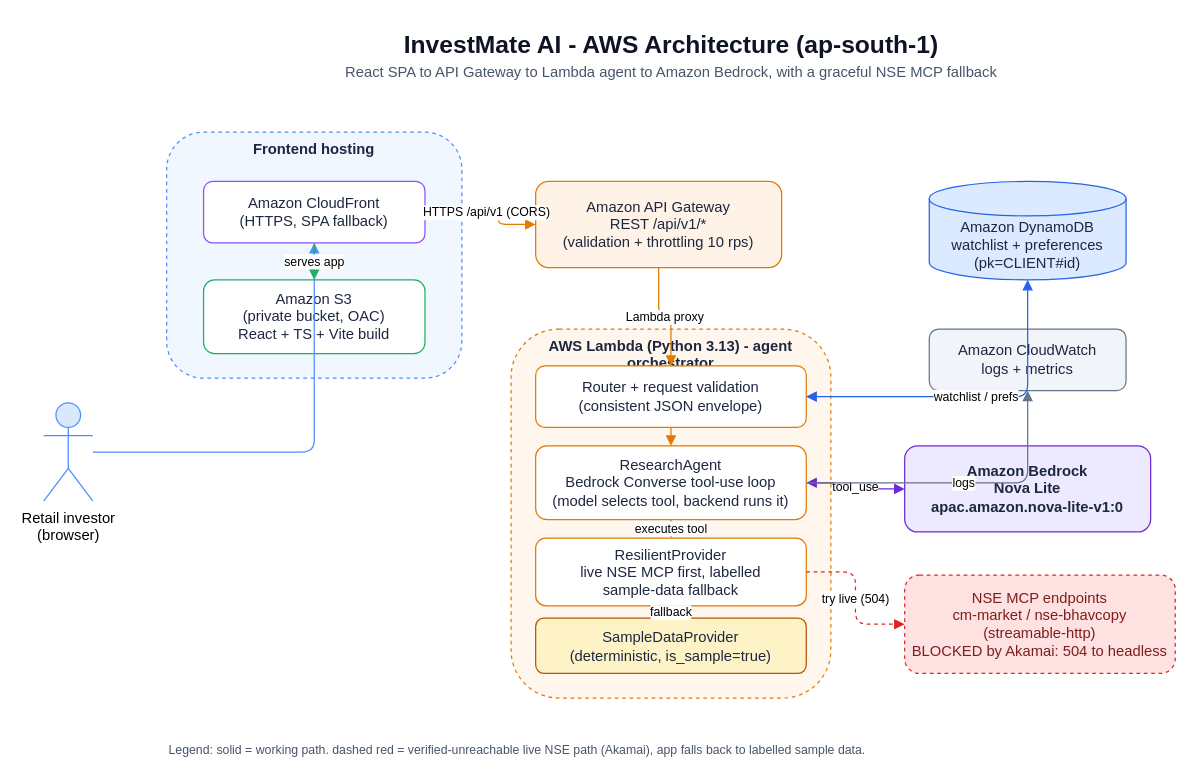
dineshrajdhanapathyDD/InvestMate-AI keeps this draw.io diagram as docs/architecture.drawio. Above is the earlier version. Source tidied: cells renumbered, new cells numbered last; positions are measured from the earlier drawing's top-left corner, leaving out a move shared by most shapes. Both pictures are drawn from the tidied source at 123%, with x=0, y=0 at pixel (43, 21).
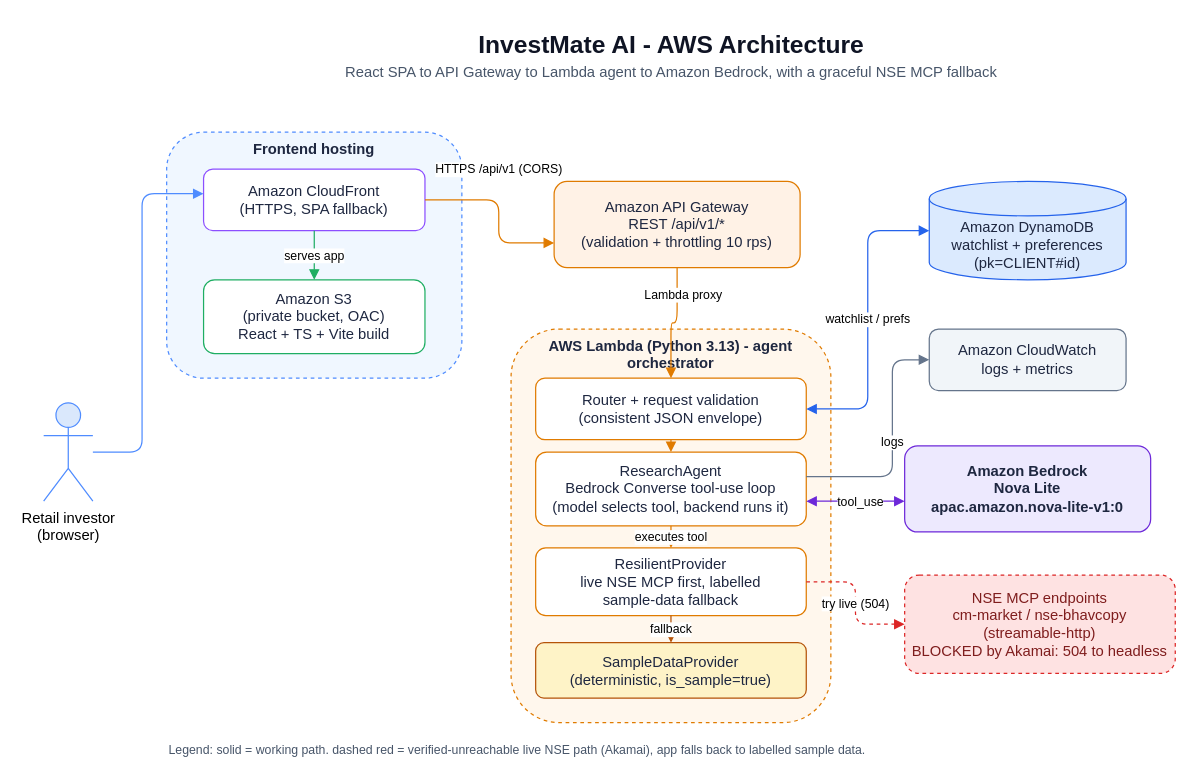
After the change.

The change refers to these unchanged cells:
```xml
<mxCell id="4" value="Retail investor&#10;(browser)" style="shape=umlActor;verticalLabelPosition=bottom;verticalAlign=top;html=1;outlineConnect=0;fillColor=#dae8fc;strokeColor=#4f8cff;" parent="1" vertex="1">
  <mxGeometry y="310" width="40" height="80" as="geometry" />
</mxCell>
<mxCell id="14" value="Amazon Bedrock&#10;Nova Lite&#10;apac.amazon.nova-lite-v1:0" style="rounded=1;whiteSpace=wrap;html=1;fillColor=#ede9fe;strokeColor=#6d28d9;fontColor=#1e2740;fontStyle=1;" parent="1" vertex="1">
  <mxGeometry x="700" y="345" width="200" height="70" as="geometry" />
</mxCell>
<mxCell id="15" value="Amazon DynamoDB&#10;watchlist + preferences&#10;(pk=CLIENT#id)" style="shape=cylinder3;whiteSpace=wrap;html=1;boundedLbl=1;backgroundOutline=1;size=14;fillColor=#dbeafe;strokeColor=#2563eb;fontColor=#1e2740;" parent="1" vertex="1">
  <mxGeometry x="720" y="130" width="160" height="80" as="geometry" />
</mxCell>
<mxCell id="17" value="Amazon CloudWatch&#10;logs + metrics" style="rounded=1;whiteSpace=wrap;html=1;fillColor=#f1f5f9;strokeColor=#64748b;fontColor=#1e2740;" parent="1" vertex="1">
  <mxGeometry x="720" y="250" width="160" height="50" as="geometry" />
</mxCell>
```

Change to the diagram source:
```diff
@@
-    <mxCell id="2" value="InvestMate AI - AWS Architecture (ap-south-1)" style="text;html=1;align=center;fontSize=20;fontStyle=1;fontColor=#0f1424;" parent="1" vertex="1">
-      <mxGeometry x="260" width="500" height="30" as="geometry" />
-    </mxCell>
+    <mxCell id="30" value="InvestMate AI - AWS Architecture" style="text;html=1;align=center;fontSize=20;fontStyle=1;fontColor=#0f1424;" parent="1" vertex="1">
+      <mxGeometry x="260" width="500" height="30" as="geometry" />
+    </mxCell>
@@
     <mxCell id="6" value="Amazon CloudFront&#10;(HTTPS, SPA fallback)" style="rounded=1;whiteSpace=wrap;html=1;fillColor=#ffffff;strokeColor=#8c4fff;fontColor=#1e2740;" parent="1" vertex="1">
-      <mxGeometry x="130" y="130" width="180" height="50" as="geometry" />
+      <mxGeometry x="130" y="120" width="180" height="50" as="geometry" />
     </mxCell>
@@
     <mxCell id="8" value="Amazon API Gateway&#10;REST /api/v1/*&#10;(validation + throttling 10 rps)" style="rounded=1;whiteSpace=wrap;html=1;fillColor=#fff2e6;strokeColor=#e07b00;fontColor=#1e2740;" parent="1" vertex="1">
-      <mxGeometry x="400" y="130" width="200" height="70" as="geometry" />
+      <mxGeometry x="415" y="130" width="200" height="70" as="geometry" />
     </mxCell>
     <mxCell id="9" value="AWS Lambda (Python 3.13) - agent orchestrator" style="rounded=1;whiteSpace=wrap;html=1;fillColor=#fff7ed;strokeColor=#e07b00;dashed=1;verticalAlign=top;fontColor=#1e2740;fontStyle=1;" parent="1" vertex="1">
-      <mxGeometry x="380" y="250" width="260" height="300" as="geometry" />
+      <mxGeometry x="380" y="250" width="260" height="320" as="geometry" />
     </mxCell>
     <mxCell id="10" value="Router + request validation&#10;(consistent JSON envelope)" style="rounded=1;whiteSpace=wrap;html=1;fillColor=#ffffff;strokeColor=#e07b00;fontColor=#1e2740;" parent="1" vertex="1">
-      <mxGeometry x="400" y="280" width="220" height="50" as="geometry" />
+      <mxGeometry x="400" y="290" width="220" height="50" as="geometry" />
     </mxCell>
     <mxCell id="11" value="ResearchAgent&#10;Bedrock Converse tool-use loop&#10;(model selects tool, backend runs it)" style="rounded=1;whiteSpace=wrap;html=1;fillColor=#ffffff;strokeColor=#e07b00;fontColor=#1e2740;" parent="1" vertex="1">
-      <mxGeometry x="400" y="345" width="220" height="60" as="geometry" />
+      <mxGeometry x="400" y="350" width="220" height="60" as="geometry" />
     </mxCell>
     <mxCell id="12" value="ResilientProvider&#10;live NSE MCP first, labelled&#10;sample-data fallback" style="rounded=1;whiteSpace=wrap;html=1;fillColor=#ffffff;strokeColor=#e07b00;fontColor=#1e2740;" parent="1" vertex="1">
-      <mxGeometry x="400" y="420" width="220" height="55" as="geometry" />
+      <mxGeometry x="400" y="428" width="220" height="55" as="geometry" />
     </mxCell>
     <mxCell id="13" value="SampleDataProvider&#10;(deterministic, is_sample=true)" style="rounded=1;whiteSpace=wrap;html=1;fillColor=#fef3c7;strokeColor=#b45309;fontColor=#1e2740;" parent="1" vertex="1">
-      <mxGeometry x="400" y="485" width="220" height="45" as="geometry" />
+      <mxGeometry x="400" y="505" width="220" height="45" as="geometry" />
     </mxCell>
@@
     <mxCell id="18" style="edgeStyle=orthogonalEdgeStyle;rounded=1;html=1;endArrow=block;strokeColor=#4f8cff;" parent="1" edge="1" source="4" target="6">
-      <mxGeometry relative="1" as="geometry" />
+      <mxGeometry x="-0.05" relative="1" as="geometry">
+        <Array as="points">
+          <mxPoint x="80" y="350" />
+          <mxPoint x="80" y="140" />
+        </Array>
+      </mxGeometry>
     </mxCell>
@@
     <mxCell id="20" value="HTTPS /api/v1 (CORS)" style="edgeStyle=orthogonalEdgeStyle;rounded=1;html=1;endArrow=block;strokeColor=#e07b00;fontSize=10;" parent="1" edge="1" source="6" target="8">
-      <mxGeometry relative="1" as="geometry">
+      <mxGeometry y="-35" relative="1" as="geometry">
         <Array as="points">
-          <mxPoint x="370" y="155" />
+          <mxPoint x="370" y="145" />
+          <mxPoint x="370" y="180" />
         </Array>
+        <mxPoint x="35" y="-35" as="offset" />
       </mxGeometry>
     </mxCell>
     <mxCell id="21" value="Lambda proxy" style="edgeStyle=orthogonalEdgeStyle;rounded=1;html=1;endArrow=block;strokeColor=#e07b00;fontSize=10;" parent="1" edge="1" source="8" target="10">
-      <mxGeometry relative="1" as="geometry" />
+      <mxGeometry x="-0.53" y="5" relative="1" as="geometry" />
     </mxCell>
@@
     <mxCell id="23" value="tool_use" style="edgeStyle=orthogonalEdgeStyle;rounded=1;html=1;endArrow=block;startArrow=block;strokeColor=#6d28d9;fontSize=10;" parent="1" edge="1" source="11" target="14">
-      <mxGeometry relative="1" as="geometry" />
+      <mxGeometry x="0.11" relative="1" as="geometry">
+        <Array as="points">
+          <mxPoint x="670" y="390" />
+          <mxPoint x="670" y="390" />
+        </Array>
+      </mxGeometry>
     </mxCell>
@@
     <mxCell id="27" value="watchlist / prefs" style="edgeStyle=orthogonalEdgeStyle;rounded=1;html=1;endArrow=block;startArrow=block;strokeColor=#2563eb;fontSize=10;" parent="1" edge="1" source="10" target="15">
-      <mxGeometry relative="1" as="geometry" />
+      <mxGeometry relative="1" as="geometry">
+        <Array as="points">
+          <mxPoint x="670" y="315" />
+          <mxPoint x="670" y="170" />
+        </Array>
+      </mxGeometry>
     </mxCell>
     <mxCell id="28" value="logs" style="edgeStyle=orthogonalEdgeStyle;rounded=1;html=1;endArrow=block;strokeColor=#64748b;fontSize=10;" parent="1" edge="1" source="11" target="17">
-      <mxGeometry relative="1" as="geometry" />
+      <mxGeometry relative="1" as="geometry">
+        <Array as="points">
+          <mxPoint x="690" y="370" />
+          <mxPoint x="690" y="275" />
+        </Array>
+      </mxGeometry>
     </mxCell>
```
